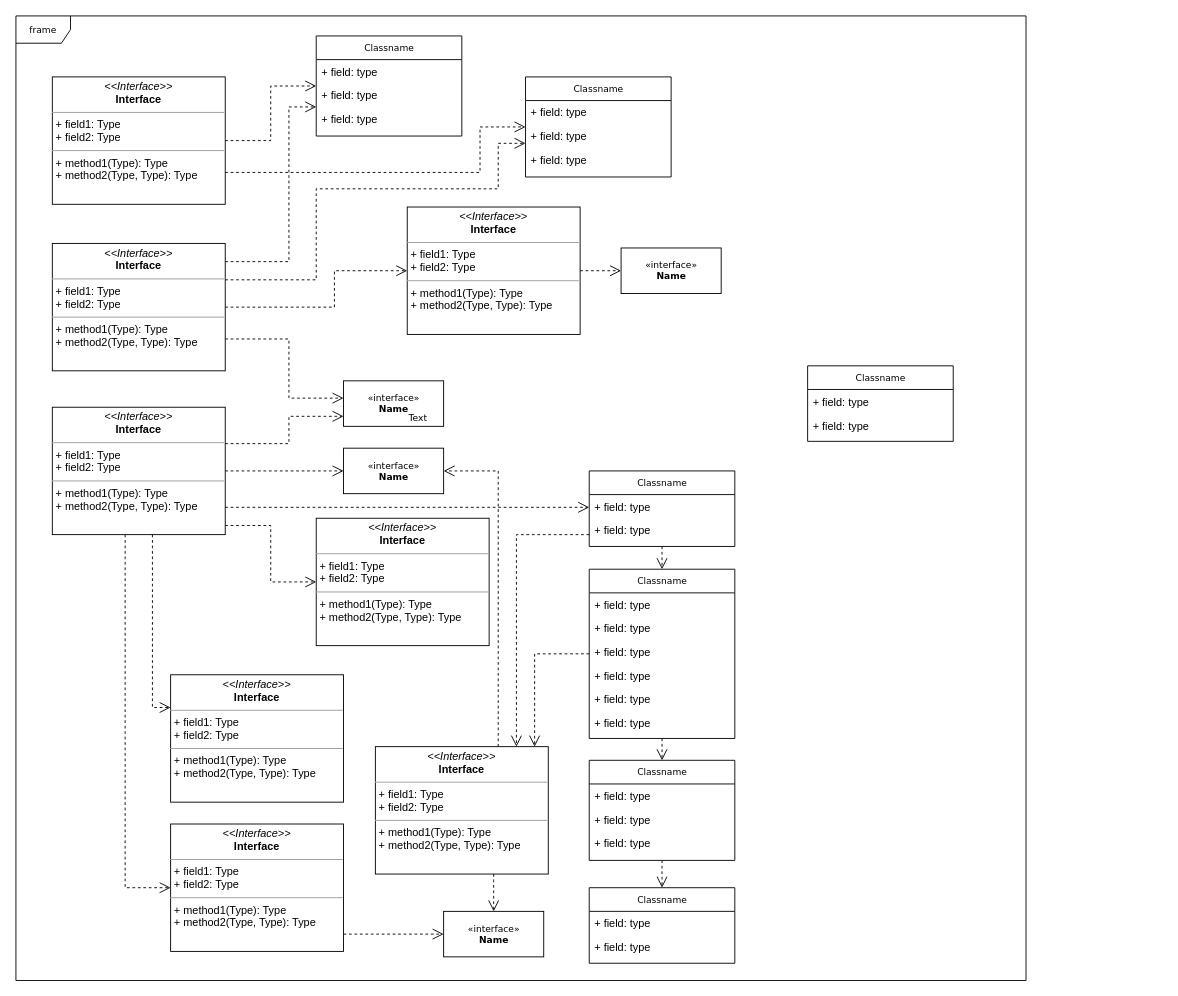
This is Діаграма без назви.drawio from last-war/Home_work_webpython_01, a draw.io file, before an edit. Source tidied: cells renumbered, new cells numbered last; positions are measured from the earlier drawing's top-left corner, leaving out a move shared by most shapes. Both pictures are drawn from the tidied source at 91%, with x=0, y=0 at pixel (15, 15).
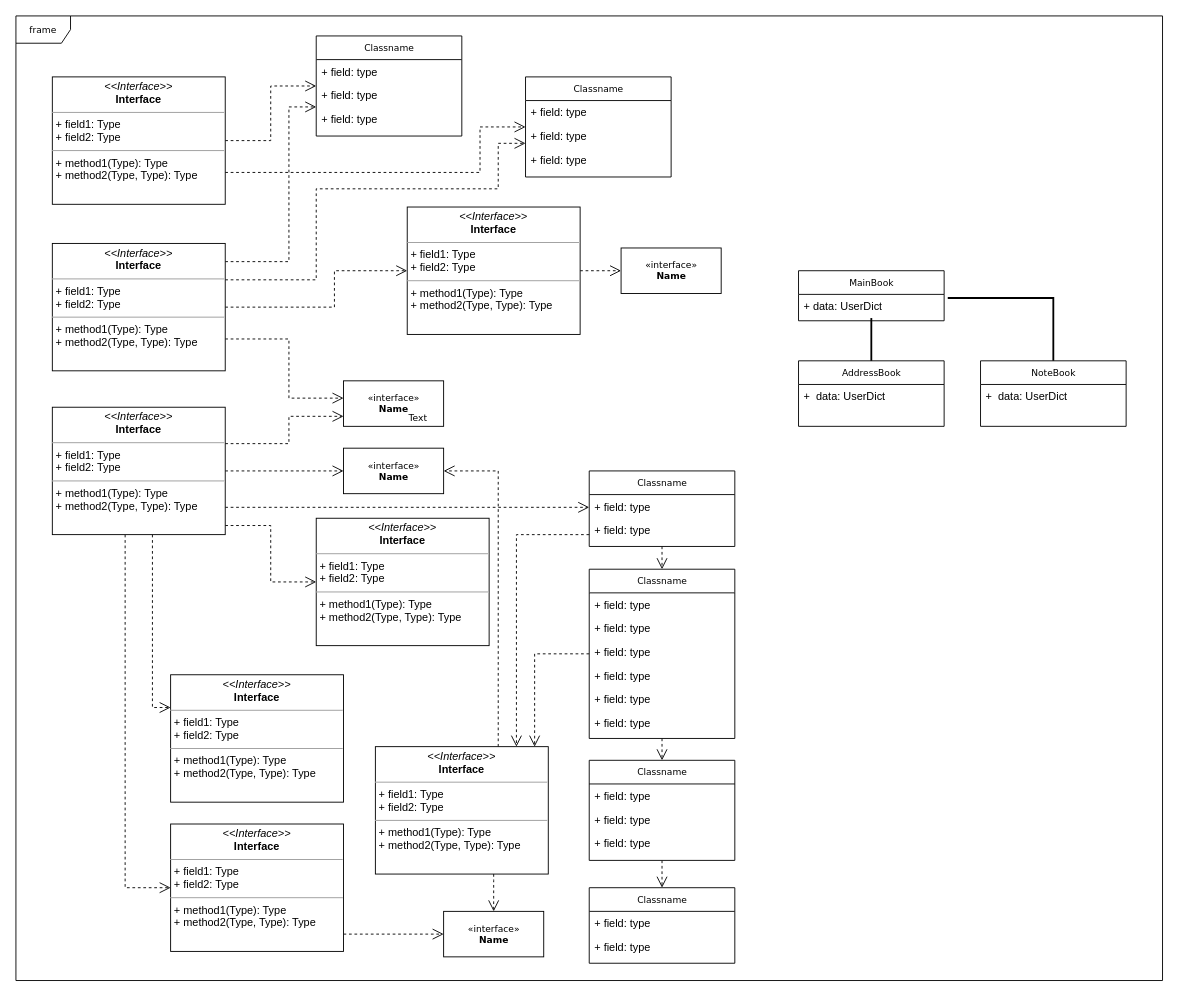
Above is the later version.

Change to the diagram source:
```diff
@@
     <mxCell id="2" value="frame" style="shape=umlFrame;whiteSpace=wrap;html=1;rounded=0;shadow=0;comic=0;labelBackgroundColor=none;strokeWidth=1;fontFamily=Verdana;fontSize=10;align=center;" parent="1" vertex="1">
-      <mxGeometry width="1110" height="1060" as="geometry" />
+      <mxGeometry width="1260" height="1060" as="geometry" />
     </mxCell>
@@
-    <mxCell id="62" value="Classname" style="swimlane;html=1;fontStyle=0;horizontal=1;startSize=26;fillColor=none;swimlaneFillColor=#ffffff;rounded=0;shadow=0;comic=0;labelBackgroundColor=none;strokeWidth=1;fontFamily=Verdana;fontSize=10;align=center;" parent="1" vertex="1">
-      <mxGeometry x="870" y="384.5" width="160" height="83" as="geometry" />
+    <mxCell id="62" value="AddressBook" style="swimlane;html=1;fontStyle=0;horizontal=1;startSize=26;fillColor=none;swimlaneFillColor=#ffffff;rounded=0;shadow=0;comic=0;labelBackgroundColor=none;strokeWidth=1;fontFamily=Verdana;fontSize=10;align=center;" parent="1" vertex="1">
+      <mxGeometry x="860" y="379" width="160" height="72" as="geometry" />
     </mxCell>
-    <mxCell id="63" value="+ field: type" style="text;html=1;strokeColor=none;fillColor=none;align=left;verticalAlign=top;spacingLeft=4;spacingRight=4;whiteSpace=wrap;overflow=hidden;" parent="62" vertex="1">
+    <mxCell id="63" value="+&amp;nbsp; data: UserDict" style="text;html=1;strokeColor=none;fillColor=none;align=left;verticalAlign=top;spacingLeft=4;spacingRight=4;whiteSpace=wrap;overflow=hidden;" parent="62" vertex="1">
       <mxGeometry y="26" width="160" height="26" as="geometry" />
     </mxCell>
-    <mxCell id="64" value="+ field: type" style="text;html=1;strokeColor=none;fillColor=none;align=left;verticalAlign=top;spacingLeft=4;spacingRight=4;whiteSpace=wrap;overflow=hidden;" parent="62" vertex="1">
-      <mxGeometry y="52" width="160" height="26" as="geometry" />
-    </mxCell>
+    <mxCell id="65" value="MainBook" style="swimlane;html=1;fontStyle=0;horizontal=1;startSize=26;fillColor=none;swimlaneFillColor=#ffffff;rounded=0;shadow=0;comic=0;labelBackgroundColor=none;strokeWidth=1;fontFamily=Verdana;fontSize=10;align=center;" parent="1" vertex="1">
+      <mxGeometry x="860" y="280" width="160" height="55" as="geometry" />
+    </mxCell>
+    <mxCell id="66" value="+ data: UserDict" style="text;html=1;strokeColor=none;fillColor=none;align=left;verticalAlign=top;spacingLeft=4;spacingRight=4;whiteSpace=wrap;overflow=hidden;points=[[0,0.5],[1,0.5]];portConstraint=eastwest;" parent="65" vertex="1">
+      <mxGeometry y="26" width="160" height="26" as="geometry" />
+    </mxCell>
+    <mxCell id="67" style="endArrow=none;html=1;edgeStyle=orthogonalEdgeStyle;rounded=0;entryX=0.5;entryY=0;entryDx=0;entryDy=0;strokeWidth=2;" parent="1" edge="1" source="66" target="62">
+      <mxGeometry relative="1" as="geometry">
+        <Array as="points">
+          <mxPoint x="940" y="350" />
+          <mxPoint x="940" y="350" />
+        </Array>
+      </mxGeometry>
+    </mxCell>
+    <mxCell id="68" value="NoteBook" style="swimlane;html=1;fontStyle=0;horizontal=1;startSize=26;fillColor=none;swimlaneFillColor=#ffffff;rounded=0;shadow=0;comic=0;labelBackgroundColor=none;strokeWidth=1;fontFamily=Verdana;fontSize=10;align=center;" parent="1" vertex="1">
+      <mxGeometry x="1060" y="379" width="160" height="72" as="geometry" />
+    </mxCell>
+    <mxCell id="69" value="+&amp;nbsp; data: UserDict" style="text;html=1;strokeColor=none;fillColor=none;align=left;verticalAlign=top;spacingLeft=4;spacingRight=4;whiteSpace=wrap;overflow=hidden;" parent="68" vertex="1">
+      <mxGeometry y="26" width="160" height="26" as="geometry" />
+    </mxCell>
+    <mxCell id="70" style="endArrow=none;html=1;edgeStyle=orthogonalEdgeStyle;rounded=0;strokeWidth=2;entryX=0.5;entryY=0;entryDx=0;entryDy=0;exitX=1.025;exitY=0.154;exitDx=0;exitDy=0;exitPerimeter=0;" parent="1" edge="1" source="66" target="68">
+      <mxGeometry relative="1" as="geometry" />
+    </mxCell>
```
